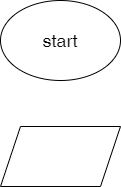
Before: Homework/Lesson02/task13/alg.drawio.png, a diagram exported from draw.io (sergdmi/3-Code). Source tidied: cells renumbered, new cells last; positions are measured from the earlier drawing's top-left corner, leaving out a move shared by most shapes.
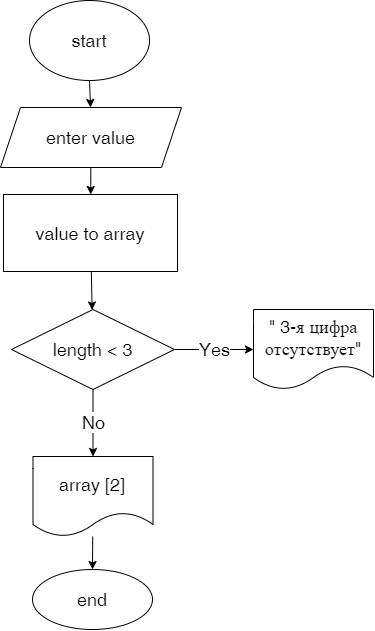
The same file after the commit.

The edit, as a diff of the source:
```diff
@@ -2,11 +2,44 @@
   <root>
     <mxCell id="0" />
     <mxCell id="1" parent="0" />
+    <mxCell id="4" style="edgeStyle=none;html=1;fontSize=18;" parent="1" edge="1" source="2" target="3">
+      <mxGeometry relative="1" as="geometry" />
+    </mxCell>
     <mxCell id="2" value="start" style="ellipse;whiteSpace=wrap;html=1;fontSize=18;" parent="1" vertex="1">
-      <mxGeometry width="120" height="80" as="geometry" />
+      <mxGeometry y="19" width="120" height="80" as="geometry" />
     </mxCell>
+    <mxCell id="5" style="edgeStyle=none;html=1;fontSize=18;" parent="1" edge="1" source="3" target="7">
+      <mxGeometry relative="1" as="geometry" />
+    </mxCell>
-    <mxCell id="3" style="shape=parallelogram;perimeter=parallelogramPerimeter;whiteSpace=wrap;html=1;fixedSize=1;fontSize=18;" parent="1" vertex="1">
-      <mxGeometry y="126" width="120" height="60" as="geometry" />
+    <mxCell id="3" value="enter value" style="shape=parallelogram;perimeter=parallelogramPerimeter;whiteSpace=wrap;html=1;fixedSize=1;fontSize=18;" parent="1" vertex="1">
+      <mxGeometry x="-29" y="126" width="181" height="60" as="geometry" />
     </mxCell>
+    <mxCell id="6" style="edgeStyle=none;html=1;fontSize=18;" parent="1" edge="1" source="7" target="9">
+      <mxGeometry relative="1" as="geometry" />
+    </mxCell>
+    <mxCell id="7" value="value to array" style="whiteSpace=wrap;html=1;fontSize=18;" parent="1" vertex="1">
+      <mxGeometry x="-26" y="213" width="174" height="77" as="geometry" />
+    </mxCell>
+    <mxCell id="8" value="Yes" style="edgeStyle=none;html=1;fontSize=18;" parent="1" edge="1" source="9" target="10">
+      <mxGeometry relative="1" as="geometry" />
+    </mxCell>
+    <mxCell id="9" value="length &amp;lt; 3" style="rhombus;whiteSpace=wrap;html=1;fontSize=18;" parent="1" vertex="1">
+      <mxGeometry x="-18" y="328" width="163" height="80" as="geometry" />
+    </mxCell>
+    <mxCell id="10" value="&quot; 3-я цифра отсутствует&quot;" style="shape=document;whiteSpace=wrap;html=1;boundedLbl=1;fontSize=18;" parent="1" vertex="1">
+      <mxGeometry x="224" y="328" width="120" height="80" as="geometry" />
+    </mxCell>
+    <mxCell id="11" value="No" style="edgeStyle=none;html=1;fontSize=18;exitX=0.5;exitY=1;exitDx=0;exitDy=0;" parent="1" edge="1" source="9" target="13">
+      <mxGeometry relative="1" as="geometry" />
+    </mxCell>
+    <mxCell id="12" style="edgeStyle=none;html=1;fontSize=18;" parent="1" edge="1" source="13" target="14">
+      <mxGeometry relative="1" as="geometry" />
+    </mxCell>
+    <mxCell id="13" value="array [2]" style="shape=document;whiteSpace=wrap;html=1;boundedLbl=1;fontSize=18;" parent="1" vertex="1">
+      <mxGeometry x="3.5" y="475" width="120" height="80" as="geometry" />
+    </mxCell>
+    <mxCell id="14" value="end" style="ellipse;whiteSpace=wrap;html=1;fontSize=18;" parent="1" vertex="1">
+      <mxGeometry x="3" y="588" width="120" height="60" as="geometry" />
+    </mxCell>
   </root>
 </mxGraphModel>
```
